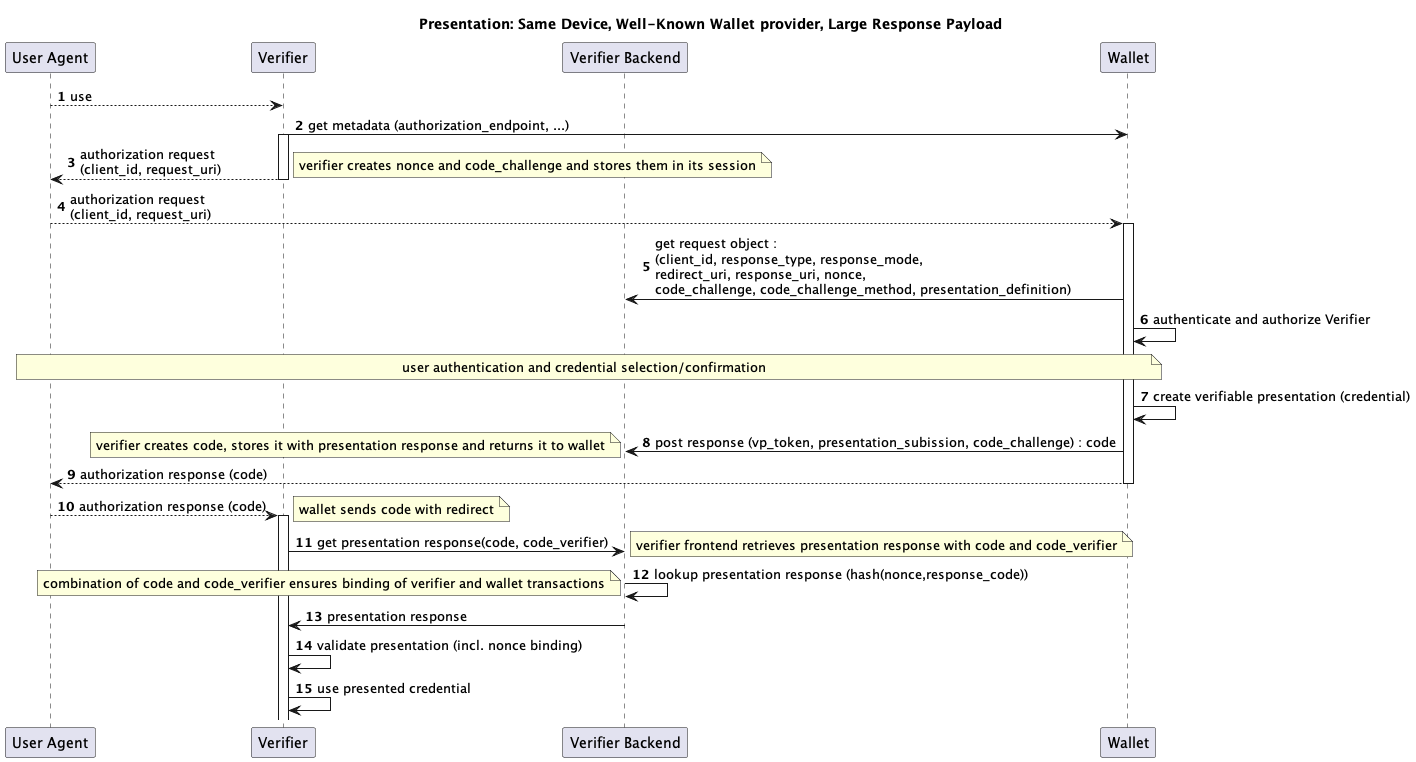
This is out/openid-4-verifiable-presentations/diagrams/presentation_same_device_direct_post/presentation_same_device_direct_post.png from openid/connect, a PlantUML export, as it was before one commit.
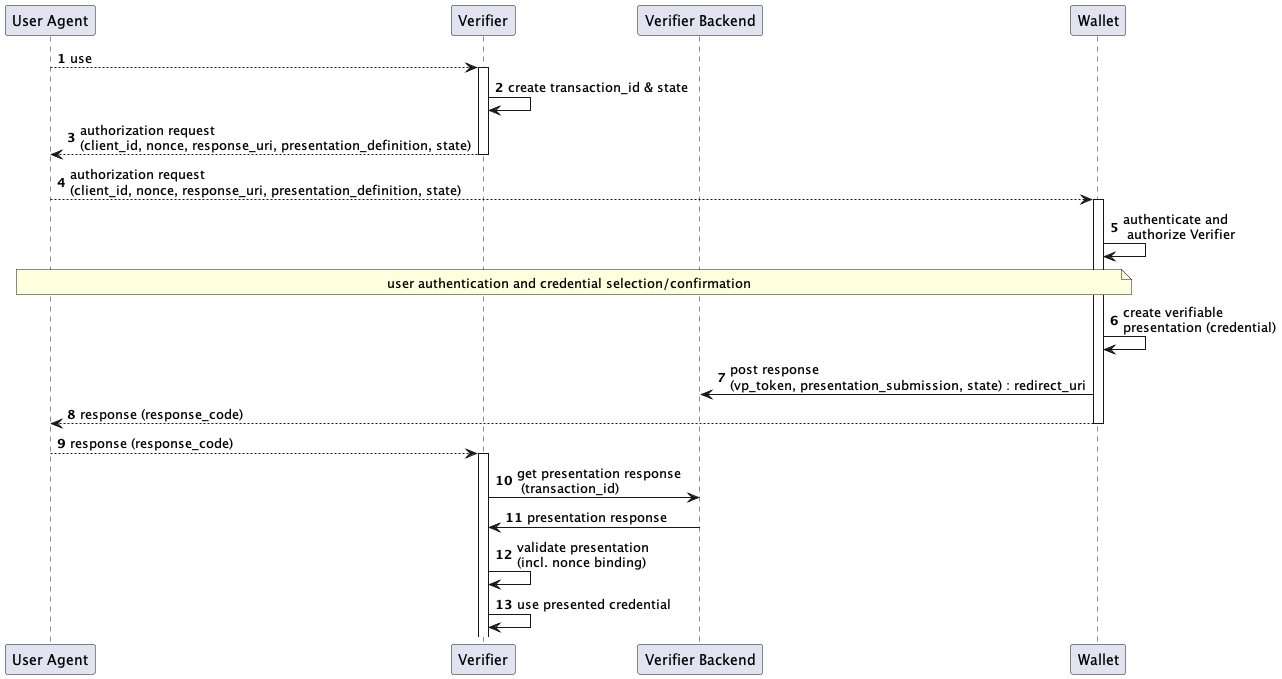
After the commit.

Change to the diagram source:
```diff
@@ -1,8 +1,6 @@
 @startuml
 
 autonumber
-
-title "Presentation: Same Device, Well-Known Wallet provider, Large Response Payload"
 
 participant "User Agent" as u
 
@@ -13,31 +11,24 @@
 participant "Wallet" as w
 
 u --> r : use
-r -> w: get metadata (authorization_endpoint, ...)
 activate r
-r --> u: authorization request\n(client_id, request_uri)
-note right: verifier creates nonce and code_challenge and stores them in its session
+r -> r: create transaction_id & state
+r --> u: authorization request\n(client_id, nonce, response_uri, presentation_definition, state)
 deactivate r
-u --> w: authorization request\n(client_id, request_uri)
+u --> w: authorization request\n(client_id, nonce, response_uri, presentation_definition, state)
 activate w
-w -> rb: get request object : \n(client_id, response_type, response_mode, \nredirect_uri, response_uri, nonce, \ncode_challenge, code_challenge_method, presentation_definition)
-w -> w: authenticate and authorize Verifier
+w -> w: authenticate and\n authorize Verifier
 
 note over u, w: user authentication and credential selection/confirmation
 
-w -> w: create verifiable presentation (credential)
-w -> rb: post response (vp_token, presentation_subission, code_challenge) : code
-note left: verifier creates code, stores it with presentation response and returns it to wallet
-w --> u: authorization response (code)
+w -> w: create verifiable\npresentation (credential)
+w -> rb: post response \n(vp_token, presentation_submission, state) : redirect_uri
+w --> u: response (response_code)
 deactivate w
-u --> r: authorization response (code)
-note right: wallet sends code with redirect
+u --> r: response (response_code)
 activate r
-r -> rb: get presentation response(code, code_verifier)
-note right: verifier frontend retrieves presentation response with code and code_verifier
-rb -> rb: lookup presentation response (hash(nonce,response_code))
-note left: combination of code and code_verifier ensures binding of verifier and wallet transactions
+r -> rb: get presentation response\n (transaction_id)
 rb -> r: presentation response
-r -> r: validate presentation (incl. nonce binding)
+r -> r: validate presentation \n(incl. nonce binding)
 r -> r: use presented credential
 @enduml
```
